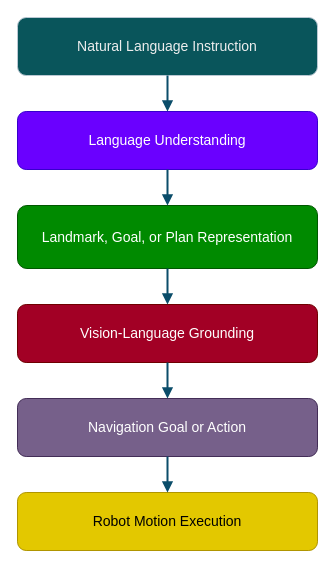
This is drawio/chapter_2/figure_2_1_general_language_guided_navigation_process.drawio from amfarhnn/vlm-robot, a draw.io file, before an edit. Source tidied: cells renumbered, new cells numbered last; positions are measured from the earlier drawing's top-left corner, leaving out a move shared by most shapes. Both pictures are drawn from the tidied source at 100%, with x=0, y=0 at pixel (17, 17).
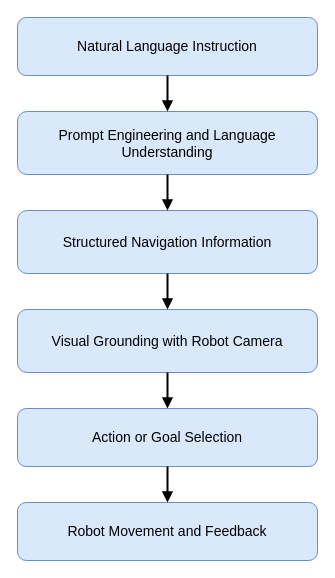
After the change.

Diff of the diagram source:
```diff
@@
-<mxGraphModel background="#ffffff">
+<mxGraphModel>
   <root>
     <mxCell id="0" />
     <mxCell id="1" parent="0" />
-    <mxCell id="2" value="Natural Language Instruction" style="rounded=1;whiteSpace=wrap;html=1;fillColor=#09555B;strokeColor=#BAC8D3;fontSize=14;fontColor=#EEEEEE;labelBackgroundColor=none;" parent="1" vertex="1">
+    <mxCell id="2" value="Natural Language Instruction" style="rounded=1;whiteSpace=wrap;html=1;fillColor=#dae8fc;strokeColor=#6c8ebf;fontSize=14;" parent="1" vertex="1">
       <mxGeometry width="300" height="58" as="geometry" />
     </mxCell>
-    <mxCell id="3" value="Language Understanding" style="rounded=1;whiteSpace=wrap;html=1;fillColor=#6a00ff;strokeColor=#3700CC;fontSize=14;fontColor=#ffffff;labelBackgroundColor=none;" parent="1" vertex="1">
-      <mxGeometry y="94" width="300" height="58" as="geometry" />
+    <mxCell id="3" value="Prompt Engineering and Language Understanding" style="rounded=1;whiteSpace=wrap;html=1;fillColor=#dae8fc;strokeColor=#6c8ebf;fontSize=14;" parent="1" vertex="1">
+      <mxGeometry y="94" width="300" height="63" as="geometry" />
     </mxCell>
-    <mxCell id="4" style="edgeStyle=orthogonalEdgeStyle;rounded=0;jettySize=auto;html=1;endArrow=block;endFill=1;strokeWidth=2;labelBackgroundColor=none;strokeColor=#0B4D6A;fontColor=default;" parent="1" edge="1" source="2" target="3">
+    <mxCell id="4" style="edgeStyle=orthogonalEdgeStyle;rounded=0;jettySize=auto;html=1;endArrow=block;endFill=1;strokeWidth=2;" parent="1" edge="1" source="2" target="3">
       <mxGeometry relative="1" as="geometry" />
     </mxCell>
-    <mxCell id="5" value="Landmark, Goal, or Plan Representation" style="rounded=1;whiteSpace=wrap;html=1;fillColor=#008a00;strokeColor=#005700;fontSize=14;labelBackgroundColor=none;fontColor=#ffffff;" parent="1" vertex="1">
-      <mxGeometry y="188" width="300" height="63" as="geometry" />
+    <mxCell id="5" value="Structured Navigation Information" style="rounded=1;whiteSpace=wrap;html=1;fillColor=#dae8fc;strokeColor=#6c8ebf;fontSize=14;" parent="1" vertex="1">
+      <mxGeometry y="193" width="300" height="63" as="geometry" />
     </mxCell>
-    <mxCell id="6" style="edgeStyle=orthogonalEdgeStyle;rounded=0;jettySize=auto;html=1;endArrow=block;endFill=1;strokeWidth=2;labelBackgroundColor=none;strokeColor=#0B4D6A;fontColor=default;" parent="1" edge="1" source="3" target="5">
+    <mxCell id="6" style="edgeStyle=orthogonalEdgeStyle;rounded=0;jettySize=auto;html=1;endArrow=block;endFill=1;strokeWidth=2;" parent="1" edge="1" source="3" target="5">
       <mxGeometry relative="1" as="geometry" />
     </mxCell>
-    <mxCell id="7" value="Vision-Language Grounding" style="rounded=1;whiteSpace=wrap;html=1;fillColor=#a20025;strokeColor=#6F0000;fontSize=14;labelBackgroundColor=none;fontColor=#ffffff;" parent="1" vertex="1">
-      <mxGeometry y="287" width="300" height="58" as="geometry" />
+    <mxCell id="7" value="Visual Grounding with Robot Camera" style="rounded=1;whiteSpace=wrap;html=1;fillColor=#dae8fc;strokeColor=#6c8ebf;fontSize=14;" parent="1" vertex="1">
+      <mxGeometry y="292" width="300" height="63" as="geometry" />
     </mxCell>
-    <mxCell id="8" style="edgeStyle=orthogonalEdgeStyle;rounded=0;jettySize=auto;html=1;endArrow=block;endFill=1;strokeWidth=2;labelBackgroundColor=none;strokeColor=#0B4D6A;fontColor=default;" parent="1" edge="1" source="5" target="7">
+    <mxCell id="8" style="edgeStyle=orthogonalEdgeStyle;rounded=0;jettySize=auto;html=1;endArrow=block;endFill=1;strokeWidth=2;" parent="1" edge="1" source="5" target="7">
       <mxGeometry relative="1" as="geometry" />
     </mxCell>
-    <mxCell id="9" value="Navigation Goal or Action" style="rounded=1;whiteSpace=wrap;html=1;fillColor=#76608a;strokeColor=#432D57;fontSize=14;labelBackgroundColor=none;fontColor=#ffffff;" parent="1" vertex="1">
-      <mxGeometry y="381" width="300" height="58" as="geometry" />
+    <mxCell id="9" value="Action or Goal Selection" style="rounded=1;whiteSpace=wrap;html=1;fillColor=#dae8fc;strokeColor=#6c8ebf;fontSize=14;" parent="1" vertex="1">
+      <mxGeometry y="391" width="300" height="58" as="geometry" />
     </mxCell>
-    <mxCell id="10" style="edgeStyle=orthogonalEdgeStyle;rounded=0;jettySize=auto;html=1;endArrow=block;endFill=1;strokeWidth=2;labelBackgroundColor=none;strokeColor=#0B4D6A;fontColor=default;" parent="1" edge="1" source="7" target="9">
+    <mxCell id="10" style="edgeStyle=orthogonalEdgeStyle;rounded=0;jettySize=auto;html=1;endArrow=block;endFill=1;strokeWidth=2;" parent="1" edge="1" source="7" target="9">
       <mxGeometry relative="1" as="geometry" />
     </mxCell>
-    <mxCell id="11" value="Robot Motion Execution" style="rounded=1;whiteSpace=wrap;html=1;fillColor=#e3c800;strokeColor=#B09500;fontSize=14;labelBackgroundColor=none;fontColor=#000000;" parent="1" vertex="1">
-      <mxGeometry y="475" width="300" height="58" as="geometry" />
+    <mxCell id="11" value="Robot Movement and Feedback" style="rounded=1;whiteSpace=wrap;html=1;fillColor=#dae8fc;strokeColor=#6c8ebf;fontSize=14;" parent="1" vertex="1">
+      <mxGeometry y="485" width="300" height="58" as="geometry" />
     </mxCell>
-    <mxCell id="12" style="edgeStyle=orthogonalEdgeStyle;rounded=0;jettySize=auto;html=1;endArrow=block;endFill=1;strokeWidth=2;labelBackgroundColor=none;strokeColor=#0B4D6A;fontColor=default;" parent="1" edge="1" source="9" target="11">
+    <mxCell id="12" style="edgeStyle=orthogonalEdgeStyle;rounded=0;jettySize=auto;html=1;endArrow=block;endFill=1;strokeWidth=2;" parent="1" edge="1" source="9" target="11">
       <mxGeometry relative="1" as="geometry" />
     </mxCell>
   </root>
 </mxGraphModel>
```
